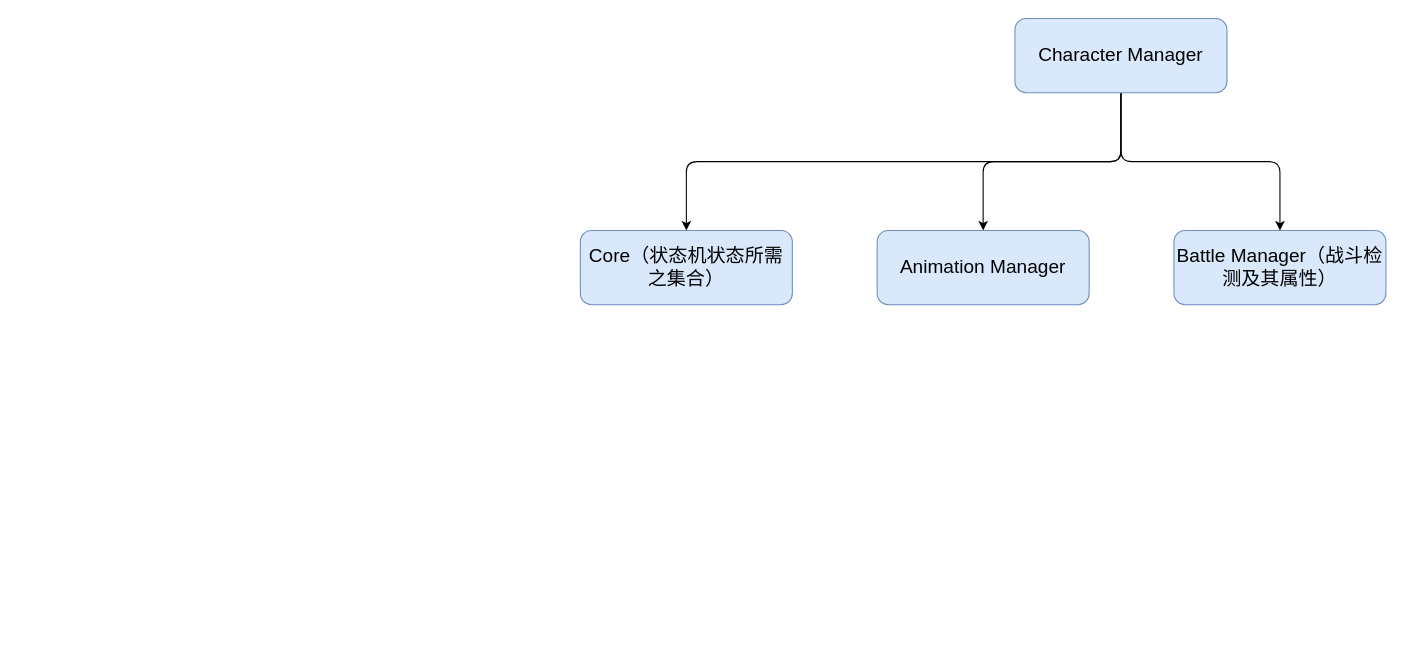
zsl2021533013/The-Letteror keeps this draw.io diagram as Readme/Character Component Structure.drawio. Above is the earlier version. Source tidied: cells renumbered, new cells numbered last; positions are measured from the earlier drawing's top-left corner, leaving out a move shared by most shapes. Both pictures are drawn from the tidied source at 106%, with x=0, y=0 at pixel (580, 18).
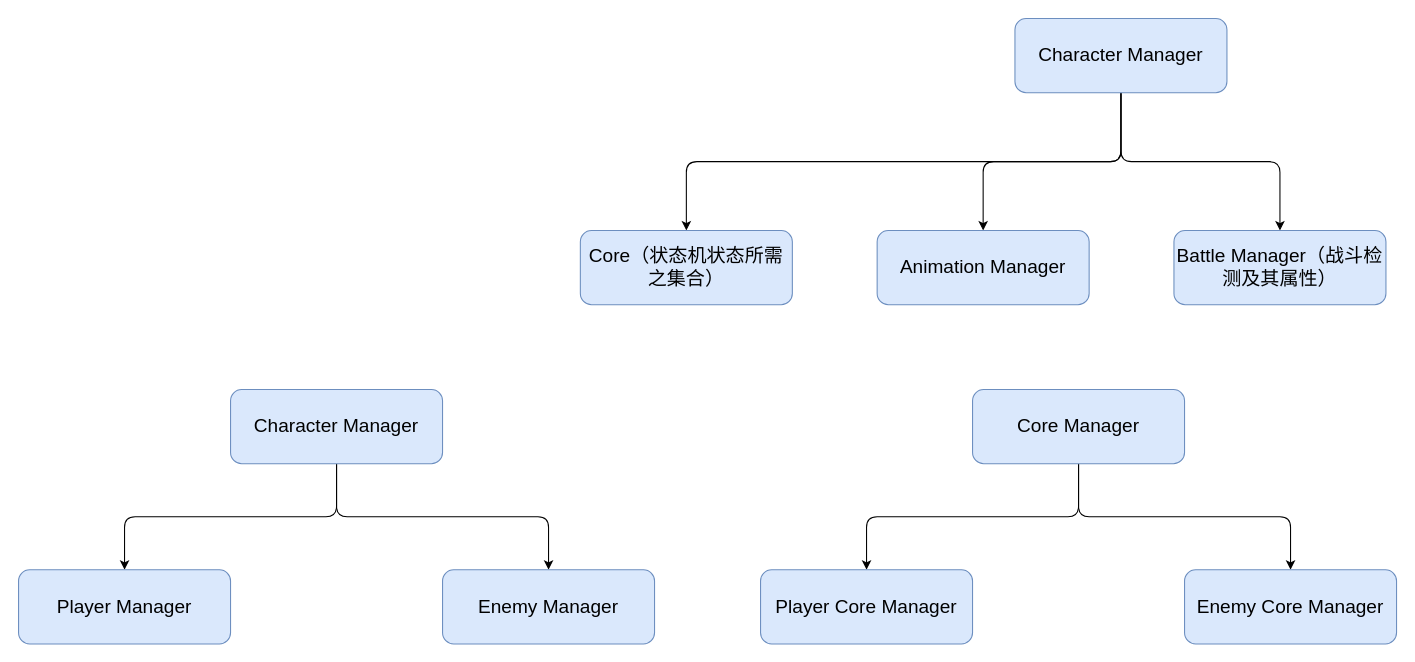
The same page after the edit.

What changed in the source:
```diff
@@
 <mxGraphModel>
   <root>
     <mxCell id="0" />
     <mxCell id="1" parent="0" />
     <mxCell id="2" style="edgeStyle=orthogonalEdgeStyle;rounded=1;jumpStyle=arc;jettySize=auto;html=1;exitX=0.5;exitY=1;exitDx=0;exitDy=0;fontSize=18;entryX=0.5;entryY=0;entryDx=0;entryDy=0;" parent="1" edge="1" source="5" target="8">
       <mxGeometry relative="1" as="geometry" />
     </mxCell>
     <mxCell id="3" style="edgeStyle=orthogonalEdgeStyle;rounded=1;jumpStyle=arc;jettySize=auto;html=1;exitX=0.5;exitY=1;exitDx=0;exitDy=0;fontSize=18;" parent="1" edge="1" source="5" target="7">
       <mxGeometry relative="1" as="geometry" />
     </mxCell>
     <mxCell id="4" style="edgeStyle=orthogonalEdgeStyle;rounded=1;jumpStyle=arc;jettySize=auto;html=1;exitX=0.5;exitY=1;exitDx=0;exitDy=0;entryX=0.5;entryY=0;entryDx=0;entryDy=0;fontSize=18;" parent="1" edge="1" source="5" target="6">
       <mxGeometry relative="1" as="geometry" />
     </mxCell>
     <mxCell id="5" value="&lt;span style=&quot;font-size: 18px;&quot;&gt;Character Manager&lt;/span&gt;" style="rounded=1;whiteSpace=wrap;html=1;fillColor=#dae8fc;strokeColor=#6c8ebf;" parent="1" vertex="1">
       <mxGeometry x="410" width="200" height="70" as="geometry" />
     </mxCell>
     <mxCell id="6" value="&lt;span style=&quot;font-size: 18px;&quot;&gt;Battle Manager（战斗检测及其属性）&lt;/span&gt;" style="rounded=1;whiteSpace=wrap;html=1;fillColor=#dae8fc;strokeColor=#6c8ebf;" parent="1" vertex="1">
       <mxGeometry x="560" y="200" width="200" height="70" as="geometry" />
     </mxCell>
     <mxCell id="7" value="&lt;span style=&quot;font-size: 18px;&quot;&gt;Animation Manager&lt;/span&gt;" style="rounded=1;whiteSpace=wrap;html=1;fillColor=#dae8fc;strokeColor=#6c8ebf;" parent="1" vertex="1">
       <mxGeometry x="280" y="200" width="200" height="70" as="geometry" />
     </mxCell>
     <mxCell id="8" value="&lt;span style=&quot;font-size: 18px;&quot;&gt;Core（状态机状态所需之集合）&lt;/span&gt;" style="rounded=1;whiteSpace=wrap;html=1;fillColor=#dae8fc;strokeColor=#6c8ebf;" parent="1" vertex="1">
       <mxGeometry y="200" width="200" height="70" as="geometry" />
     </mxCell>
+    <mxCell id="9" style="edgeStyle=orthogonalEdgeStyle;rounded=1;jettySize=auto;html=1;exitX=0.5;exitY=1;exitDx=0;exitDy=0;entryX=0.5;entryY=0;entryDx=0;entryDy=0;jumpStyle=arc;" parent="1" edge="1" source="11" target="13">
+      <mxGeometry relative="1" as="geometry" />
+    </mxCell>
+    <mxCell id="10" style="edgeStyle=orthogonalEdgeStyle;rounded=1;jumpStyle=arc;jettySize=auto;html=1;exitX=0.5;exitY=1;exitDx=0;exitDy=0;entryX=0.5;entryY=0;entryDx=0;entryDy=0;" parent="1" edge="1" source="11" target="12">
+      <mxGeometry relative="1" as="geometry" />
+    </mxCell>
+    <mxCell id="11" value="&lt;span style=&quot;font-size: 18px;&quot;&gt;Core Manager&lt;br&gt;&lt;/span&gt;" style="rounded=1;whiteSpace=wrap;html=1;fillColor=#dae8fc;strokeColor=#6c8ebf;" parent="1" vertex="1">
+      <mxGeometry x="370" y="350" width="200" height="70" as="geometry" />
+    </mxCell>
+    <mxCell id="12" value="&lt;span style=&quot;font-size: 18px;&quot;&gt;Enemy Core Manager&lt;br&gt;&lt;/span&gt;" style="rounded=1;whiteSpace=wrap;html=1;fillColor=#dae8fc;strokeColor=#6c8ebf;" parent="1" vertex="1">
+      <mxGeometry x="570" y="520" width="200" height="70" as="geometry" />
+    </mxCell>
+    <mxCell id="13" value="&lt;span style=&quot;font-size: 18px;&quot;&gt;Player Core Manager&lt;br&gt;&lt;/span&gt;" style="rounded=1;whiteSpace=wrap;html=1;fillColor=#dae8fc;strokeColor=#6c8ebf;" parent="1" vertex="1">
+      <mxGeometry x="170" y="520" width="200" height="70" as="geometry" />
+    </mxCell>
+    <mxCell id="14" style="edgeStyle=orthogonalEdgeStyle;rounded=1;jettySize=auto;html=1;exitX=0.5;exitY=1;exitDx=0;exitDy=0;entryX=0.5;entryY=0;entryDx=0;entryDy=0;jumpStyle=arc;" parent="1" edge="1" source="16" target="18">
+      <mxGeometry relative="1" as="geometry" />
+    </mxCell>
+    <mxCell id="15" style="edgeStyle=orthogonalEdgeStyle;rounded=1;jumpStyle=arc;jettySize=auto;html=1;exitX=0.5;exitY=1;exitDx=0;exitDy=0;entryX=0.5;entryY=0;entryDx=0;entryDy=0;" parent="1" edge="1" source="16" target="17">
+      <mxGeometry relative="1" as="geometry" />
+    </mxCell>
+    <mxCell id="16" value="&lt;span style=&quot;font-size: 18px;&quot;&gt;Character Manager&lt;br&gt;&lt;/span&gt;" style="rounded=1;whiteSpace=wrap;html=1;fillColor=#dae8fc;strokeColor=#6c8ebf;" parent="1" vertex="1">
+      <mxGeometry x="-330" y="350" width="200" height="70" as="geometry" />
+    </mxCell>
+    <mxCell id="17" value="&lt;span style=&quot;font-size: 18px;&quot;&gt;Enemy Manager&lt;br&gt;&lt;/span&gt;" style="rounded=1;whiteSpace=wrap;html=1;fillColor=#dae8fc;strokeColor=#6c8ebf;" parent="1" vertex="1">
+      <mxGeometry x="-130" y="520" width="200" height="70" as="geometry" />
+    </mxCell>
+    <mxCell id="18" value="&lt;span style=&quot;font-size: 18px;&quot;&gt;Player Manager&lt;br&gt;&lt;/span&gt;" style="rounded=1;whiteSpace=wrap;html=1;fillColor=#dae8fc;strokeColor=#6c8ebf;" parent="1" vertex="1">
+      <mxGeometry x="-530" y="520" width="200" height="70" as="geometry" />
+    </mxCell>
   </root>
 </mxGraphModel>
```
